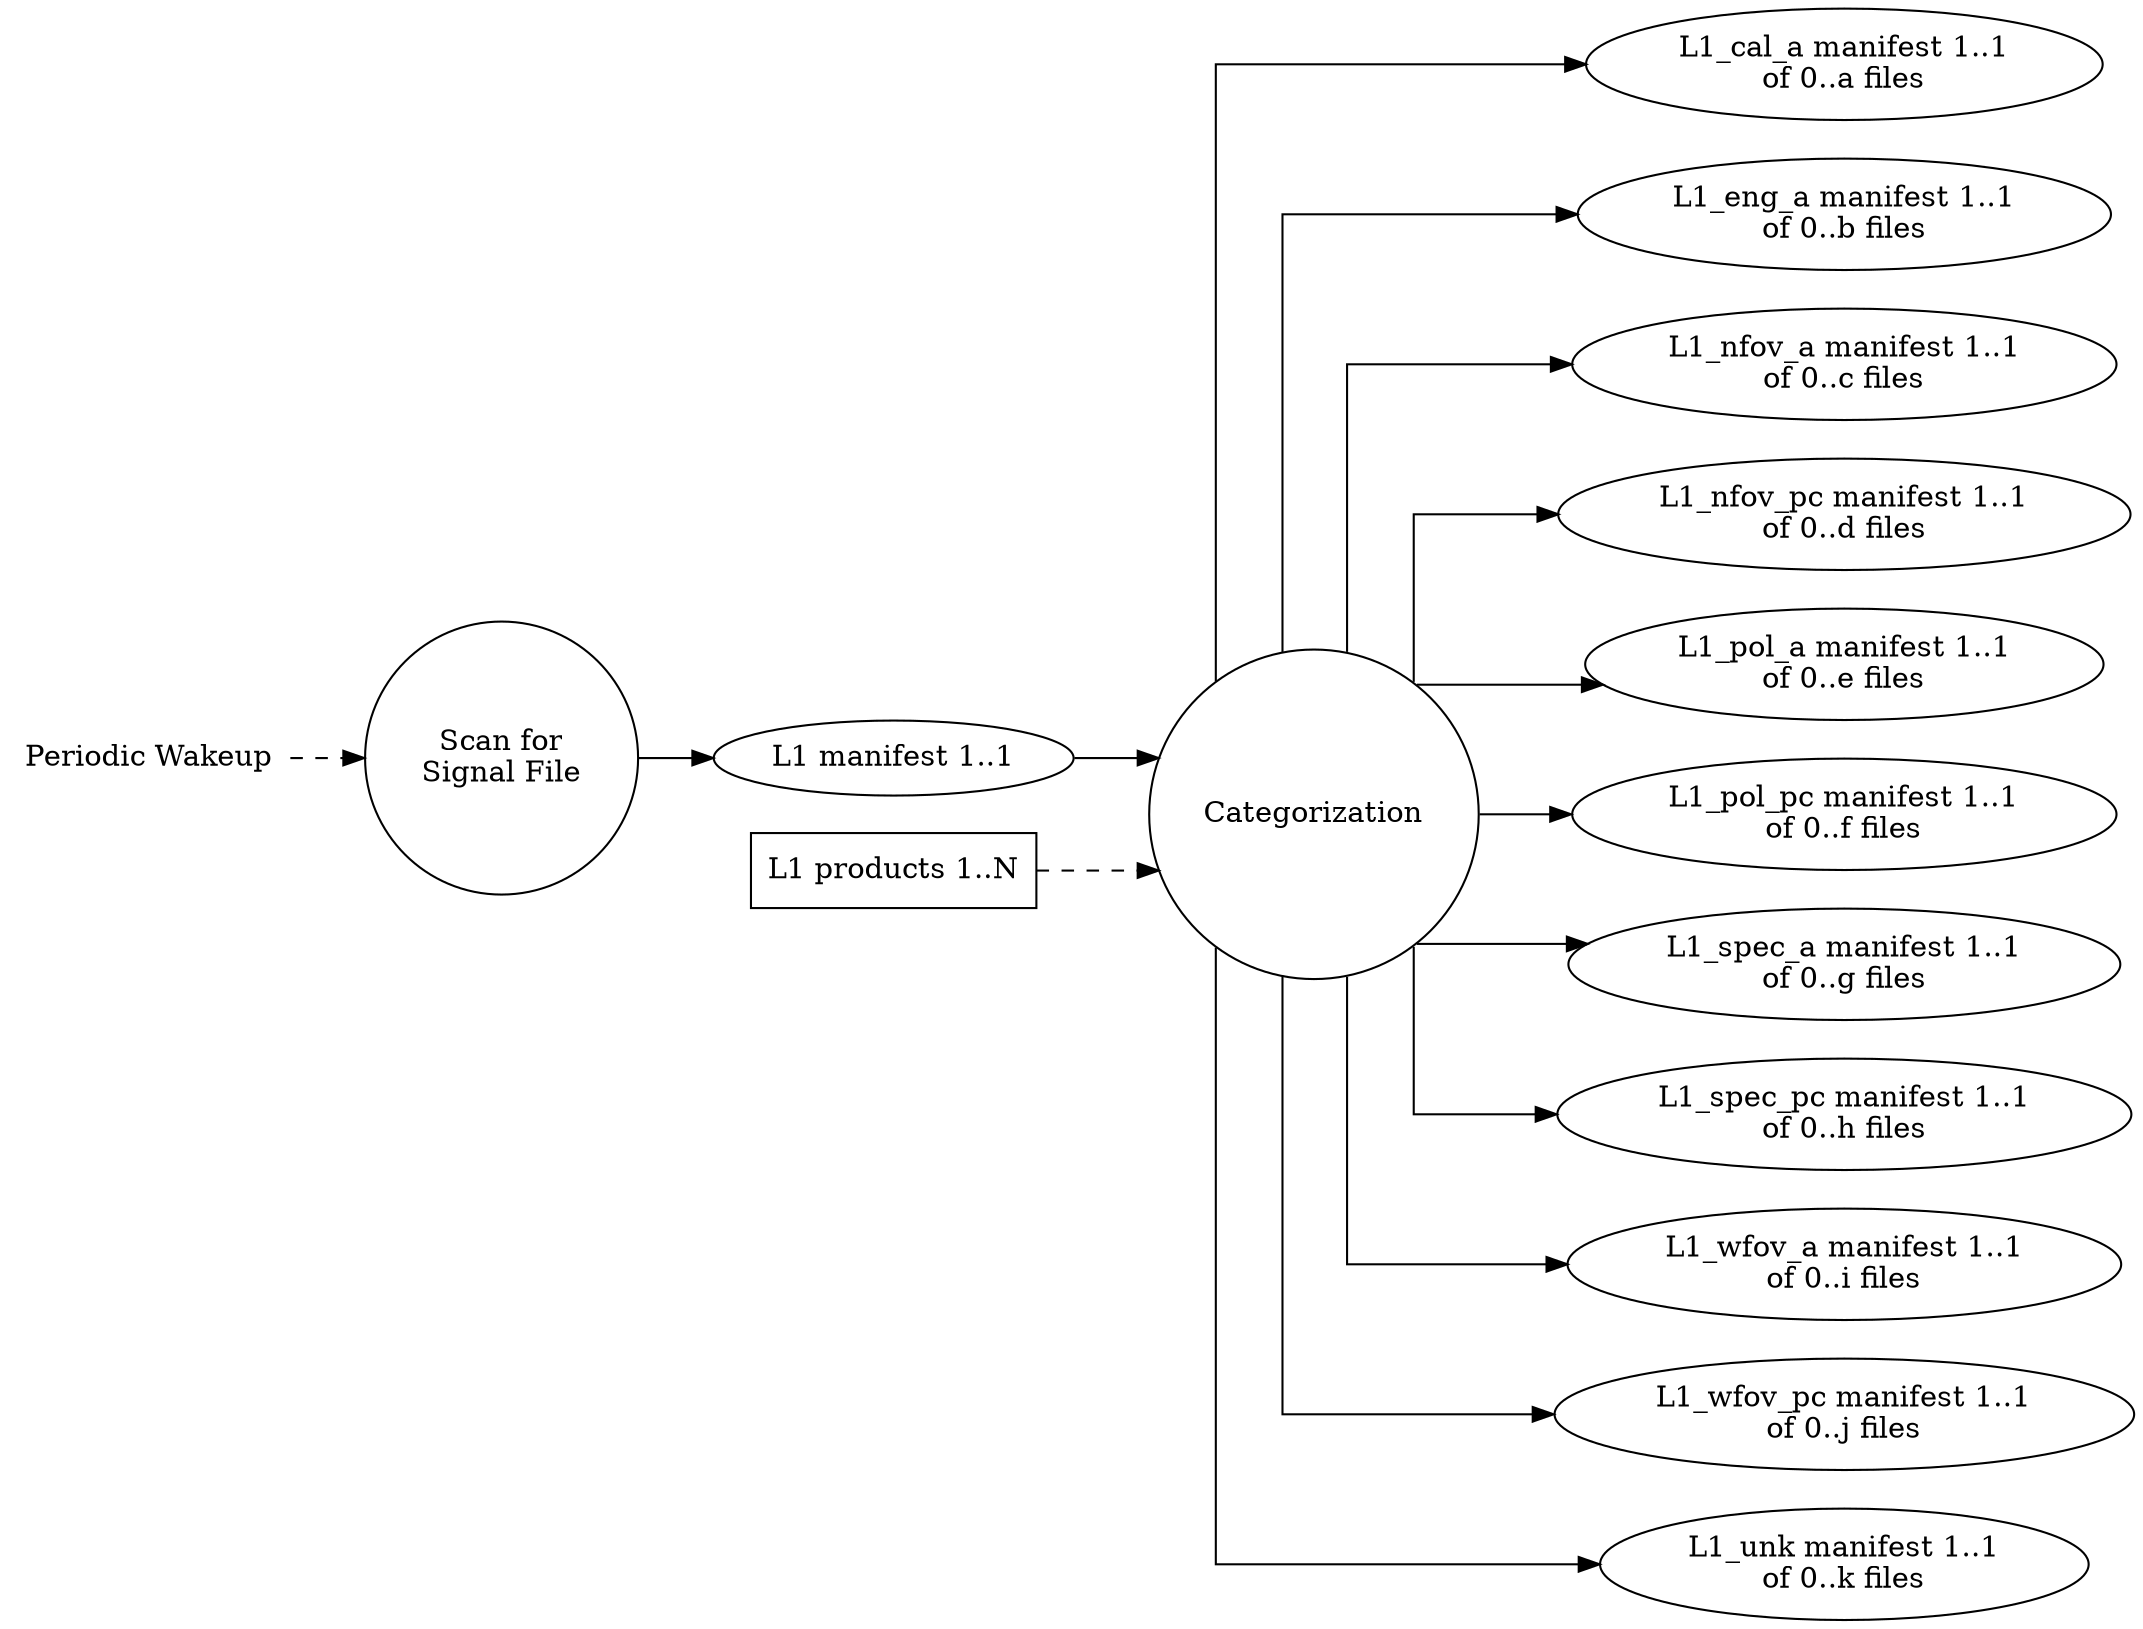
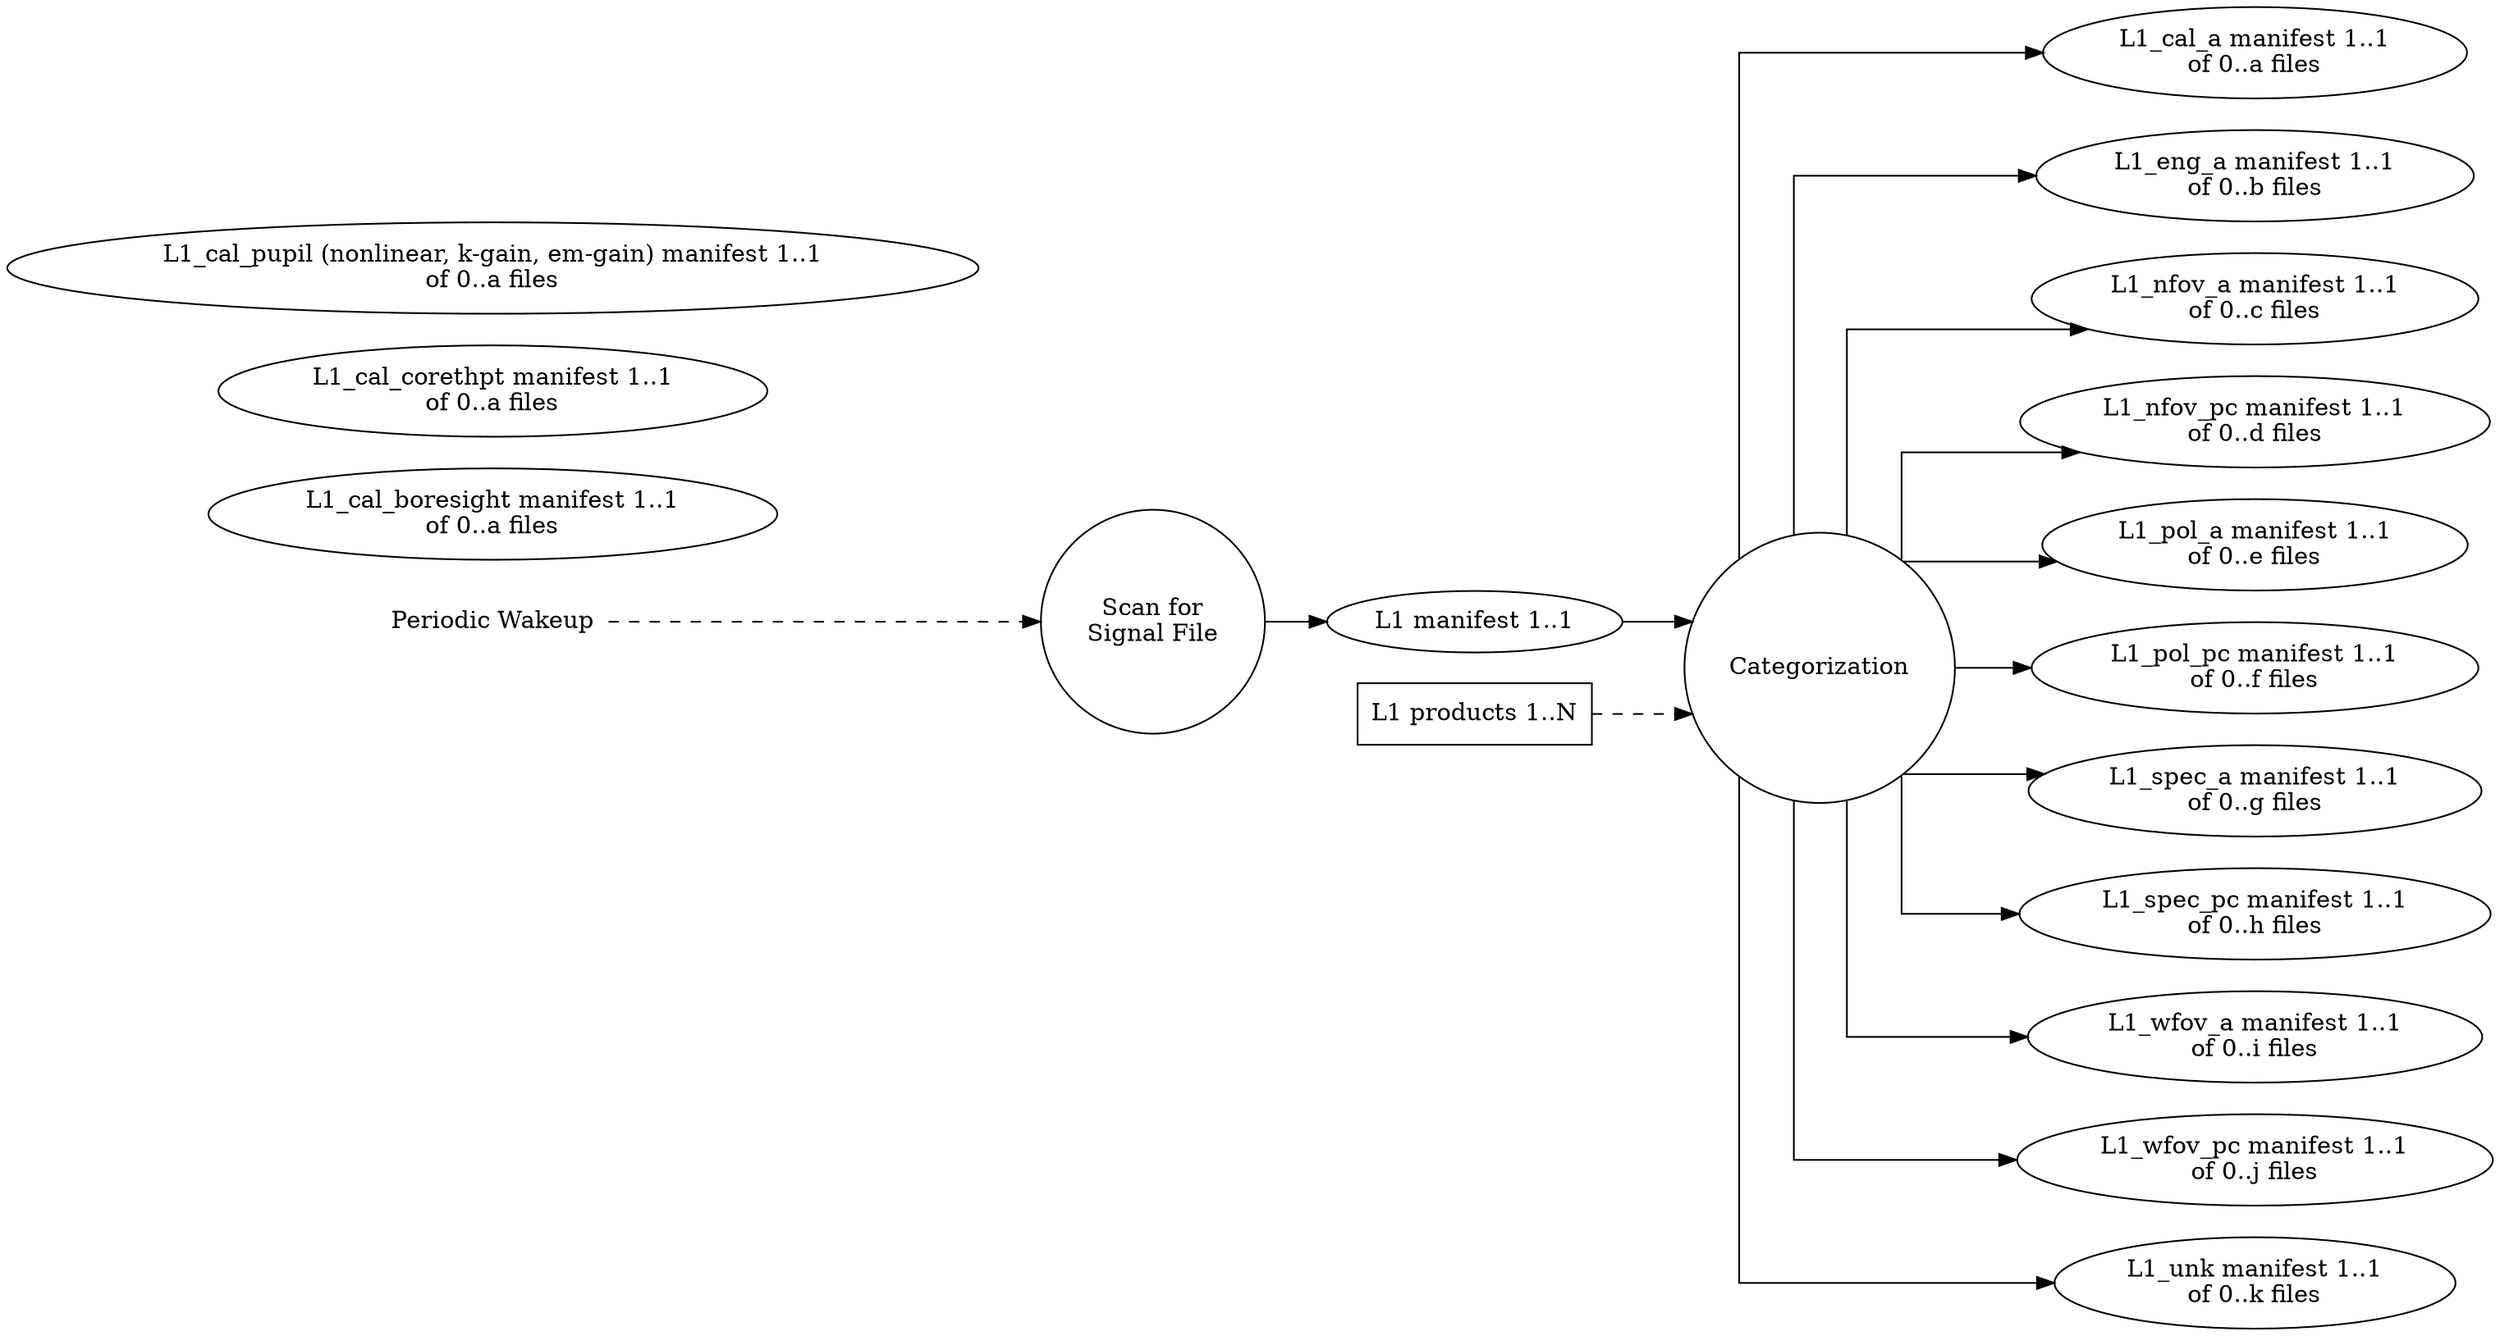
digraph CategorizationDesign
{
  graph [splines="ortho", rankdir=LR];

  alarm [label="Periodic Wakeup", shape="none"];
  scan [label="Scan for\nSignal File", shape="circle",
        runname="clerk.scan"
        runtype="dawgie.Analyzer"
        fsmtype="dip.clerk.impls.scan.FSM"];

  sort [label="Categorization", shape="circle",
        runname="clerk.categorization"
        runtype="dawgie.Algorithm"
        fsmtype="dip.clerk.impls.categorization.FSM"];

  l1_data [label="L1 products 1..N", shape="rectangle"];
  l1_man [label="L1 manifest 1..1", shape="ellipse",
          valname="clerk.scan.inbound.frames",
          valtype="dip.base.Manifest"];

  l1_cal_a_man [label="L1_cal_a manifest 1..1\nof 0..a files",
                shape="ellipse",
                valname="clerk.categorization.channel.cal_a",
                valtype="dip.base.Manifest"];
+   l1_cal_boresight_man [label="L1_cal_boresight manifest 1..1\nof 0..a files",
+                         shape="ellipse",
+                         valname="clerk.categorization.channel.cal_boresight",
+                         valtype="dip.base.Manifest"];
+   l1_cal_corethpt_man [label="L1_cal_corethpt manifest 1..1\nof 0..a files",
+                        shape="ellipse",
+                        valname="clerk.categorization.channel.cal_corethpt",
+                        valtype="dip.base.Manifest"];
+   l1_cal_pupil_man [label="L1_cal_pupil (nonlinear, k-gain, em-gain) manifest 1..1\nof 0..a files",
+                     shape="ellipse",
+                     valname="clerk.categorization.channel.cal_pupil",
+                     valtype="dip.base.Manifest"];
  l1_eng_a_man [label="L1_eng_a manifest 1..1\nof 0..b files",
                shape="ellipse",
                valname="clerk.categorization.channel.eng_a",
                valtype="dip.base.Manifest"];
  l1_nfov_a_man [label="L1_nfov_a manifest 1..1\nof 0..c files",
                 shape="ellipse",
                 valname="clerk.categorization.channel.nfov_a",
                 valtype="dip.base.Manifest"];
  l1_nfov_pc_man [label="L1_nfov_pc manifest 1..1\nof 0..d files",
                  shape="ellipse",
                  valname="clerk.categorization.channel.nfov_pc",
                  valtype="dip.base.Manifest"];
  l1_pol_a_man [label="L1_pol_a manifest 1..1\nof 0..e files",
                shape="ellipse",
                valname="clerk.categorization.channel.pol_a",
                valtype="dip.base.Manifest"];
  l1_pol_pc_man [label="L1_pol_pc manifest 1..1\nof 0..f files",
                 shape="ellipse",
                 valname="clerk.categorization.channel.pol_pc",
                 valtype="dip.base.Manifest"];
  l1_spec_a_man [label="L1_spec_a manifest 1..1\nof 0..g files",
                shape="ellipse",
                valname="clerk.categorization.channel.spec_a",
                valtype="dip.base.Manifest"];
  l1_spec_pc_man [label="L1_spec_pc manifest 1..1\nof 0..h files",
                 shape="ellipse",
                 valname="clerk.categorization.channel.spec_pc",
                 valtype="dip.base.Manifest"];
  l1_wfov_a_man [label="L1_wfov_a manifest 1..1\nof 0..i files",
                 shape="ellipse",
                 valname="clerk.categorization.channel.wfov_a",
                 valtype="dip.base.Manifest"];
  l1_wfov_pc_man [label="L1_wfov_pc manifest 1..1\nof 0..j files",
                  shape="ellipse",
                  valname="clerk.categorization.channel.wfov_pc",
                  valtype="dip.base.Manifest"];
  l1_unk_man [label="L1_unk manifest 1..1\nof 0..k files",
              shape="ellipse",
              valname="clerk.categorization.channel.unk",
              valtype="dip.base.Manifest"];

  alarm -> scan [style="dashed"];
  scan -> l1_man;
  l1_data -> sort [style="dashed"];
  l1_man -> sort;

  sort -> l1_cal_a_man;
  sort -> l1_eng_a_man;
  sort -> l1_nfov_a_man;
  sort -> l1_nfov_pc_man;
  sort -> l1_pol_a_man;
  sort -> l1_pol_pc_man;
  sort -> l1_spec_a_man;
  sort -> l1_spec_pc_man;
  sort -> l1_wfov_a_man;
  sort -> l1_wfov_pc_man;
  sort -> l1_unk_man;
}
